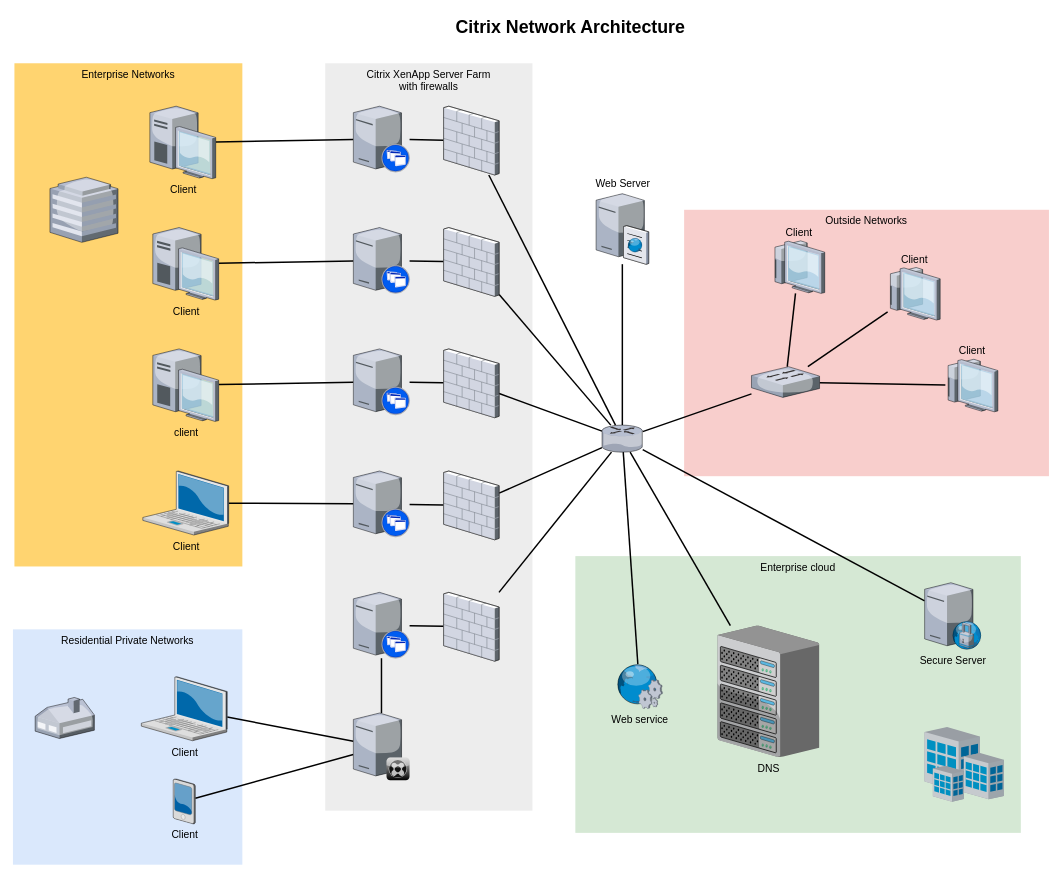
This is Diagramme sans nom.drawio from OCR-GRLD/OCR-GRLD, a draw.io file, before an edit. Source tidied: cells renumbered, new cells numbered last; positions are measured from the earlier drawing's top-left corner, leaving out a move shared by most shapes. Both pictures are drawn from the tidied source at 74%, with x=0, y=0 at pixel (13, 13).
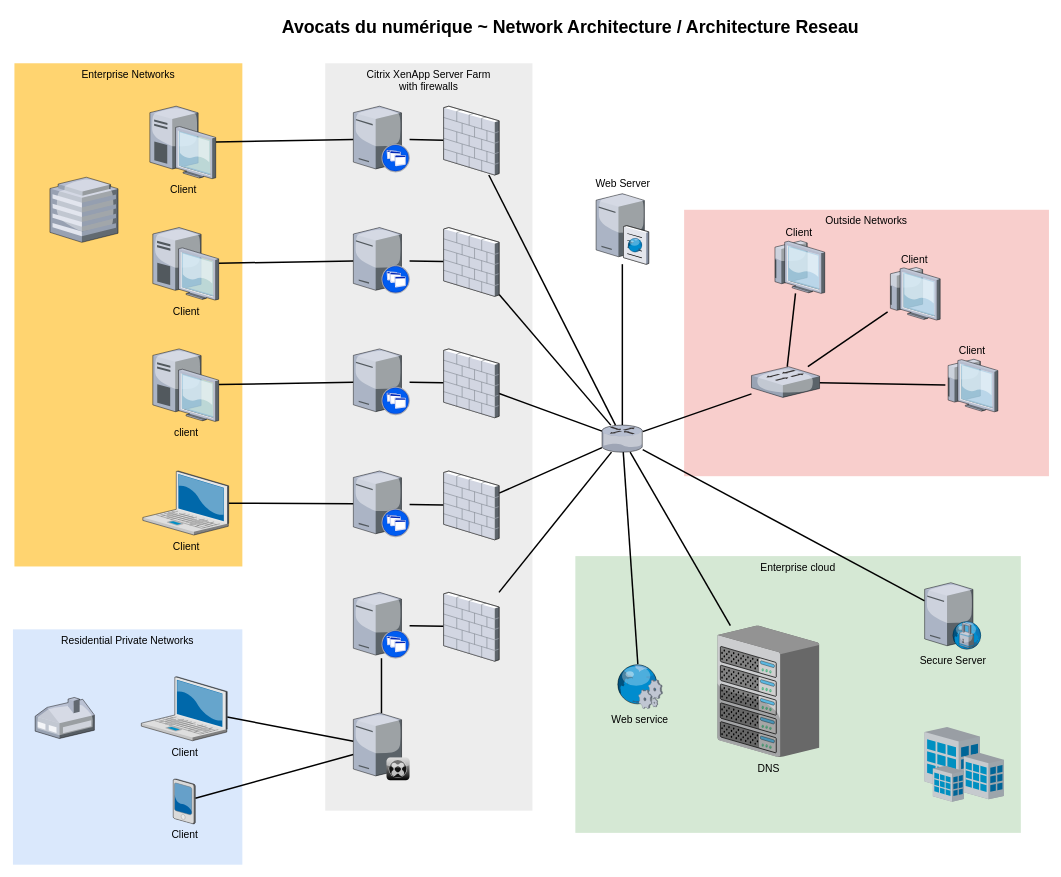
Above is the later version.

Diff of the diagram source:
```diff
@@
-    <mxCell id="61" value="Citrix Network Architecture" style="text;strokeColor=none;fillColor=none;html=1;fontSize=24;fontStyle=1;verticalAlign=middle;align=center;" parent="1" vertex="1">
+    <mxCell id="61" value="Avocats du numérique ~ Network Architecture / Architecture Reseau" style="text;strokeColor=none;fillColor=none;html=1;fontSize=24;fontStyle=1;verticalAlign=middle;align=center;" parent="1" vertex="1">
       <mxGeometry x="322" width="861" height="40" as="geometry" />
     </mxCell>
```
